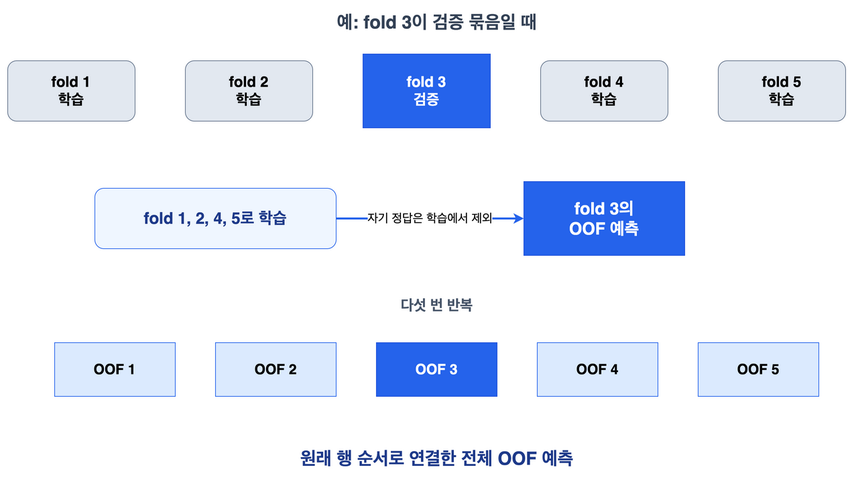
This is docs/presentation/assets/retrospective-oof-predictions.png from tmheo/predicting-smartphone-addiction, a draw.io export, as it was before one commit. Source tidied: cells renumbered, new cells last; positions are measured from the earlier drawing's top-left corner, leaving out a move shared by most shapes.
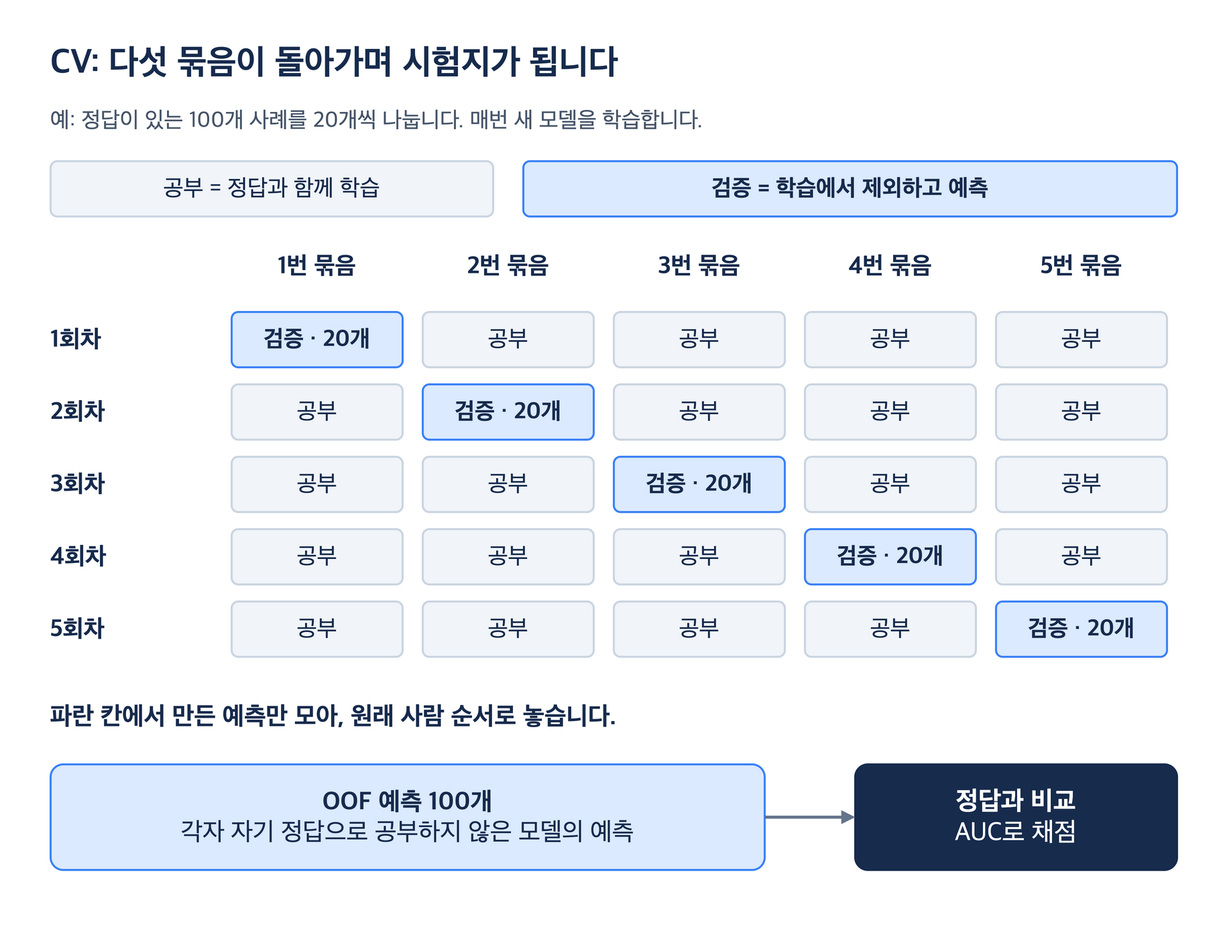
After the change.

Change to the diagram source:
```diff
@@ -1,54 +1,138 @@
-<mxGraphModel>
+<mxGraphModel background="#ffffff">
   <root>
     <mxCell id="0" />
     <mxCell id="1" parent="0" />
-    <mxCell id="2" value="예: fold 3이 검증 묶음일 때" style="text;html=1;fontStyle=1;fontSize=27;align=center;fontColor=#334155;" parent="1" vertex="1">
-      <mxGeometry x="350" width="580" height="50" as="geometry" />
+    <mxCell id="2" style="rounded=1;arcSize=12;whiteSpace=wrap;html=1;fontFamily=Apple SD Gothic Neo;fontSize=24;fontStyle=0;fontColor=#172b4d;fillColor=#ffffff;strokeColor=none;strokeWidth=2;spacing=12;" parent="1" vertex="1">
+      <mxGeometry x="-80" y="-30" width="1200" height="920" as="geometry" />
     </mxCell>
-    <mxCell id="3" value="fold 1&#10;학습" style="rounded=1;whiteSpace=wrap;html=1;fillColor=#e2e8f0;strokeColor=#64748b;fontStyle=1;fontSize=22;" parent="1" vertex="1">
-      <mxGeometry y="80" width="190" height="90" as="geometry" />
+    <mxCell id="3" value="CV: 다섯 묶음이 돌아가며 시험지가 됩니다" style="rounded=1;arcSize=12;whiteSpace=wrap;html=1;fontFamily=Apple SD Gothic Neo;fontSize=34;fontStyle=1;fontColor=#172b4d;fillColor=none;strokeColor=none;strokeWidth=2;spacing=12;align=left;spacing=0;" parent="1" vertex="1">
+      <mxGeometry x="-40" y="-5" width="1120" height="55" as="geometry" />
     </mxCell>
-    <mxCell id="4" value="fold 2&#10;학습" style="rounded=1;whiteSpace=wrap;html=1;fillColor=#e2e8f0;strokeColor=#64748b;fontStyle=1;fontSize=22;" parent="1" vertex="1">
-      <mxGeometry x="265" y="80" width="190" height="90" as="geometry" />
+    <mxCell id="4" value="예: 정답이 있는 100개 사례를 20개씩 나눕니다. 매번 새 모델을 학습합니다." style="rounded=1;arcSize=12;whiteSpace=wrap;html=1;fontFamily=Apple SD Gothic Neo;fontSize=22;fontStyle=0;fontColor=#475569;fillColor=none;strokeColor=none;strokeWidth=2;spacing=12;align=left;spacing=0;" parent="1" vertex="1">
+      <mxGeometry x="-40" y="55" width="1120" height="50" as="geometry" />
     </mxCell>
-    <mxCell id="5" value="fold 3&#10;검증" style="rounded=0;whiteSpace=wrap;html=1;fillColor=#2563eb;strokeColor=#1d4ed8;fontColor=#ffffff;fontStyle=1;fontSize=22;" parent="1" vertex="1">
-      <mxGeometry x="530" y="70" width="190" height="110" as="geometry" />
+    <mxCell id="5" value="공부 = 정답과 함께 학습" style="rounded=1;arcSize=12;whiteSpace=wrap;html=1;fontFamily=Apple SD Gothic Neo;fontSize=23;fontStyle=0;fontColor=#172b4d;fillColor=#f1f5f9;strokeColor=#cbd5e1;strokeWidth=2;spacing=12;" parent="1" vertex="1">
+      <mxGeometry x="-40" y="120" width="440" height="55" as="geometry" />
     </mxCell>
-    <mxCell id="6" value="fold 4&#10;학습" style="rounded=1;whiteSpace=wrap;html=1;fillColor=#e2e8f0;strokeColor=#64748b;fontStyle=1;fontSize=22;" parent="1" vertex="1">
-      <mxGeometry x="795" y="80" width="190" height="90" as="geometry" />
+    <mxCell id="6" value="검증 = 학습에서 제외하고 예측" style="rounded=1;arcSize=12;whiteSpace=wrap;html=1;fontFamily=Apple SD Gothic Neo;fontSize=23;fontStyle=1;fontColor=#172b4d;fillColor=#dbeafe;strokeColor=#3b82f6;strokeWidth=2;spacing=12;" parent="1" vertex="1">
+      <mxGeometry x="430" y="120" width="650" height="55" as="geometry" />
     </mxCell>
-    <mxCell id="7" value="fold 5&#10;학습" style="rounded=1;whiteSpace=wrap;html=1;fillColor=#e2e8f0;strokeColor=#64748b;fontStyle=1;fontSize=22;" parent="1" vertex="1">
-      <mxGeometry x="1060" y="80" width="190" height="90" as="geometry" />
+    <mxCell id="7" value="1번 묶음" style="rounded=1;arcSize=12;whiteSpace=wrap;html=1;fontFamily=Apple SD Gothic Neo;fontSize=24;fontStyle=1;fontColor=#172b4d;fillColor=none;strokeColor=none;strokeWidth=2;spacing=12;align=center;spacing=0;" parent="1" vertex="1">
+      <mxGeometry x="140" y="205" width="170" height="40" as="geometry" />
     </mxCell>
-    <mxCell id="8" value="fold 1, 2, 4, 5로 학습" style="rounded=1;whiteSpace=wrap;html=1;fillColor=#eff6ff;strokeColor=#2563eb;fontColor=#1e3a8a;fontStyle=1;fontSize=24;" parent="1" vertex="1">
-      <mxGeometry x="130" y="270" width="360" height="90" as="geometry" />
+    <mxCell id="8" value="2번 묶음" style="rounded=1;arcSize=12;whiteSpace=wrap;html=1;fontFamily=Apple SD Gothic Neo;fontSize=24;fontStyle=1;fontColor=#172b4d;fillColor=none;strokeColor=none;strokeWidth=2;spacing=12;align=center;spacing=0;" parent="1" vertex="1">
+      <mxGeometry x="330" y="205" width="170" height="40" as="geometry" />
     </mxCell>
-    <mxCell id="9" value="fold 3의&#10;OOF 예측" style="rounded=0;whiteSpace=wrap;html=1;fillColor=#2563eb;strokeColor=#1d4ed8;fontColor=#ffffff;fontStyle=1;fontSize=25;" parent="1" vertex="1">
-      <mxGeometry x="770" y="260" width="240" height="110" as="geometry" />
+    <mxCell id="9" value="3번 묶음" style="rounded=1;arcSize=12;whiteSpace=wrap;html=1;fontFamily=Apple SD Gothic Neo;fontSize=24;fontStyle=1;fontColor=#172b4d;fillColor=none;strokeColor=none;strokeWidth=2;spacing=12;align=center;spacing=0;" parent="1" vertex="1">
+      <mxGeometry x="520" y="205" width="170" height="40" as="geometry" />
     </mxCell>
-    <mxCell id="10" value="다섯 번 반복" style="text;html=1;fontStyle=1;fontSize=22;align=center;fontColor=#475569;" parent="1" vertex="1">
-      <mxGeometry x="470" y="425" width="340" height="45" as="geometry" />
+    <mxCell id="10" value="4번 묶음" style="rounded=1;arcSize=12;whiteSpace=wrap;html=1;fontFamily=Apple SD Gothic Neo;fontSize=24;fontStyle=1;fontColor=#172b4d;fillColor=none;strokeColor=none;strokeWidth=2;spacing=12;align=center;spacing=0;" parent="1" vertex="1">
+      <mxGeometry x="710" y="205" width="170" height="40" as="geometry" />
     </mxCell>
-    <mxCell id="11" value="OOF 1" style="rounded=0;whiteSpace=wrap;html=1;fillColor=#dbeafe;strokeColor=#2563eb;fontStyle=1;fontSize=21;" parent="1" vertex="1">
-      <mxGeometry x="70" y="500" width="180" height="80" as="geometry" />
+    <mxCell id="11" value="5번 묶음" style="rounded=1;arcSize=12;whiteSpace=wrap;html=1;fontFamily=Apple SD Gothic Neo;fontSize=24;fontStyle=1;fontColor=#172b4d;fillColor=none;strokeColor=none;strokeWidth=2;spacing=12;align=center;spacing=0;" parent="1" vertex="1">
+      <mxGeometry x="900" y="205" width="170" height="40" as="geometry" />
     </mxCell>
-    <mxCell id="12" value="OOF 2" style="rounded=0;whiteSpace=wrap;html=1;fillColor=#dbeafe;strokeColor=#2563eb;fontStyle=1;fontSize=21;" parent="1" vertex="1">
-      <mxGeometry x="310" y="500" width="180" height="80" as="geometry" />
+    <mxCell id="12" value="1회차" style="rounded=1;arcSize=12;whiteSpace=wrap;html=1;fontFamily=Apple SD Gothic Neo;fontSize=24;fontStyle=1;fontColor=#172b4d;fillColor=none;strokeColor=none;strokeWidth=2;spacing=12;align=left;spacing=0;" parent="1" vertex="1">
+      <mxGeometry x="-40" y="270" width="140" height="55" as="geometry" />
     </mxCell>
-    <mxCell id="13" value="OOF 3" style="rounded=0;whiteSpace=wrap;html=1;fillColor=#2563eb;strokeColor=#1d4ed8;fontColor=#ffffff;fontStyle=1;fontSize=21;" parent="1" vertex="1">
-      <mxGeometry x="550" y="500" width="180" height="80" as="geometry" />
+    <mxCell id="13" value="검증 · 20개" style="rounded=1;arcSize=12;whiteSpace=wrap;html=1;fontFamily=Apple SD Gothic Neo;fontSize=23;fontStyle=1;fontColor=#172b4d;fillColor=#dbeafe;strokeColor=#3b82f6;strokeWidth=2;spacing=12;" parent="1" vertex="1">
+      <mxGeometry x="140" y="270" width="170" height="55" as="geometry" />
     </mxCell>
-    <mxCell id="14" value="OOF 4" style="rounded=0;whiteSpace=wrap;html=1;fillColor=#dbeafe;strokeColor=#2563eb;fontStyle=1;fontSize=21;" parent="1" vertex="1">
-      <mxGeometry x="790" y="500" width="180" height="80" as="geometry" />
+    <mxCell id="14" value="공부" style="rounded=1;arcSize=12;whiteSpace=wrap;html=1;fontFamily=Apple SD Gothic Neo;fontSize=23;fontStyle=0;fontColor=#172b4d;fillColor=#f1f5f9;strokeColor=#cbd5e1;strokeWidth=2;spacing=12;" parent="1" vertex="1">
+      <mxGeometry x="330" y="270" width="170" height="55" as="geometry" />
     </mxCell>
-    <mxCell id="15" value="OOF 5" style="rounded=0;whiteSpace=wrap;html=1;fillColor=#dbeafe;strokeColor=#2563eb;fontStyle=1;fontSize=21;" parent="1" vertex="1">
-      <mxGeometry x="1030" y="500" width="180" height="80" as="geometry" />
+    <mxCell id="15" value="공부" style="rounded=1;arcSize=12;whiteSpace=wrap;html=1;fontFamily=Apple SD Gothic Neo;fontSize=23;fontStyle=0;fontColor=#172b4d;fillColor=#f1f5f9;strokeColor=#cbd5e1;strokeWidth=2;spacing=12;" parent="1" vertex="1">
+      <mxGeometry x="520" y="270" width="170" height="55" as="geometry" />
     </mxCell>
-    <mxCell id="16" value="원래 행 순서로 연결한 전체 OOF 예측" style="text;html=1;fontStyle=1;fontSize=27;align=center;fontColor=#1e3a8a;" parent="1" vertex="1">
-      <mxGeometry x="280" y="650" width="720" height="55" as="geometry" />
+    <mxCell id="16" value="공부" style="rounded=1;arcSize=12;whiteSpace=wrap;html=1;fontFamily=Apple SD Gothic Neo;fontSize=23;fontStyle=0;fontColor=#172b4d;fillColor=#f1f5f9;strokeColor=#cbd5e1;strokeWidth=2;spacing=12;" parent="1" vertex="1">
+      <mxGeometry x="710" y="270" width="170" height="55" as="geometry" />
     </mxCell>
-    <mxCell id="17" value="자기 정답은 학습에서 제외" style="edgeStyle=orthogonalEdgeStyle;rounded=1;html=1;endArrow=classic;strokeColor=#2563eb;strokeWidth=3;fontSize=18;" parent="1" edge="1" source="8" target="9">
-      <mxGeometry relative="1" as="geometry" />
-    </mxCell>
+    <mxCell id="18" value="공부" style="rounded=1;arcSize=12;whiteSpace=wrap;html=1;fontFamily=Apple SD Gothic Neo;fontSize=23;fontStyle=0;fontColor=#172b4d;fillColor=#f1f5f9;strokeColor=#cbd5e1;strokeWidth=2;spacing=12;" parent="1" vertex="1">
+      <mxGeometry x="900" y="270" width="170" height="55" as="geometry" />
+    </mxCell>
+    <mxCell id="19" value="2회차" style="rounded=1;arcSize=12;whiteSpace=wrap;html=1;fontFamily=Apple SD Gothic Neo;fontSize=24;fontStyle=1;fontColor=#172b4d;fillColor=none;strokeColor=none;strokeWidth=2;spacing=12;align=left;spacing=0;" parent="1" vertex="1">
+      <mxGeometry x="-40" y="342" width="140" height="55" as="geometry" />
+    </mxCell>
+    <mxCell id="20" value="공부" style="rounded=1;arcSize=12;whiteSpace=wrap;html=1;fontFamily=Apple SD Gothic Neo;fontSize=23;fontStyle=0;fontColor=#172b4d;fillColor=#f1f5f9;strokeColor=#cbd5e1;strokeWidth=2;spacing=12;" parent="1" vertex="1">
+      <mxGeometry x="140" y="342" width="170" height="55" as="geometry" />
+    </mxCell>
+    <mxCell id="21" value="검증 · 20개" style="rounded=1;arcSize=12;whiteSpace=wrap;html=1;fontFamily=Apple SD Gothic Neo;fontSize=23;fontStyle=1;fontColor=#172b4d;fillColor=#dbeafe;strokeColor=#3b82f6;strokeWidth=2;spacing=12;" parent="1" vertex="1">
+      <mxGeometry x="330" y="342" width="170" height="55" as="geometry" />
+    </mxCell>
+    <mxCell id="22" value="공부" style="rounded=1;arcSize=12;whiteSpace=wrap;html=1;fontFamily=Apple SD Gothic Neo;fontSize=23;fontStyle=0;fontColor=#172b4d;fillColor=#f1f5f9;strokeColor=#cbd5e1;strokeWidth=2;spacing=12;" parent="1" vertex="1">
+      <mxGeometry x="520" y="342" width="170" height="55" as="geometry" />
+    </mxCell>
+    <mxCell id="23" value="공부" style="rounded=1;arcSize=12;whiteSpace=wrap;html=1;fontFamily=Apple SD Gothic Neo;fontSize=23;fontStyle=0;fontColor=#172b4d;fillColor=#f1f5f9;strokeColor=#cbd5e1;strokeWidth=2;spacing=12;" parent="1" vertex="1">
+      <mxGeometry x="710" y="342" width="170" height="55" as="geometry" />
+    </mxCell>
+    <mxCell id="24" value="공부" style="rounded=1;arcSize=12;whiteSpace=wrap;html=1;fontFamily=Apple SD Gothic Neo;fontSize=23;fontStyle=0;fontColor=#172b4d;fillColor=#f1f5f9;strokeColor=#cbd5e1;strokeWidth=2;spacing=12;" parent="1" vertex="1">
+      <mxGeometry x="900" y="342" width="170" height="55" as="geometry" />
+    </mxCell>
+    <mxCell id="25" value="3회차" style="rounded=1;arcSize=12;whiteSpace=wrap;html=1;fontFamily=Apple SD Gothic Neo;fontSize=24;fontStyle=1;fontColor=#172b4d;fillColor=none;strokeColor=none;strokeWidth=2;spacing=12;align=left;spacing=0;" parent="1" vertex="1">
+      <mxGeometry x="-40" y="414" width="140" height="55" as="geometry" />
+    </mxCell>
+    <mxCell id="26" value="공부" style="rounded=1;arcSize=12;whiteSpace=wrap;html=1;fontFamily=Apple SD Gothic Neo;fontSize=23;fontStyle=0;fontColor=#172b4d;fillColor=#f1f5f9;strokeColor=#cbd5e1;strokeWidth=2;spacing=12;" parent="1" vertex="1">
+      <mxGeometry x="140" y="414" width="170" height="55" as="geometry" />
+    </mxCell>
+    <mxCell id="27" value="공부" style="rounded=1;arcSize=12;whiteSpace=wrap;html=1;fontFamily=Apple SD Gothic Neo;fontSize=23;fontStyle=0;fontColor=#172b4d;fillColor=#f1f5f9;strokeColor=#cbd5e1;strokeWidth=2;spacing=12;" parent="1" vertex="1">
+      <mxGeometry x="330" y="414" width="170" height="55" as="geometry" />
+    </mxCell>
+    <mxCell id="28" value="검증 · 20개" style="rounded=1;arcSize=12;whiteSpace=wrap;html=1;fontFamily=Apple SD Gothic Neo;fontSize=23;fontStyle=1;fontColor=#172b4d;fillColor=#dbeafe;strokeColor=#3b82f6;strokeWidth=2;spacing=12;" parent="1" vertex="1">
+      <mxGeometry x="520" y="414" width="170" height="55" as="geometry" />
+    </mxCell>
+    <mxCell id="29" value="공부" style="rounded=1;arcSize=12;whiteSpace=wrap;html=1;fontFamily=Apple SD Gothic Neo;fontSize=23;fontStyle=0;fontColor=#172b4d;fillColor=#f1f5f9;strokeColor=#cbd5e1;strokeWidth=2;spacing=12;" parent="1" vertex="1">
+      <mxGeometry x="710" y="414" width="170" height="55" as="geometry" />
+    </mxCell>
+    <mxCell id="30" value="공부" style="rounded=1;arcSize=12;whiteSpace=wrap;html=1;fontFamily=Apple SD Gothic Neo;fontSize=23;fontStyle=0;fontColor=#172b4d;fillColor=#f1f5f9;strokeColor=#cbd5e1;strokeWidth=2;spacing=12;" parent="1" vertex="1">
+      <mxGeometry x="900" y="414" width="170" height="55" as="geometry" />
+    </mxCell>
+    <mxCell id="31" value="4회차" style="rounded=1;arcSize=12;whiteSpace=wrap;html=1;fontFamily=Apple SD Gothic Neo;fontSize=24;fontStyle=1;fontColor=#172b4d;fillColor=none;strokeColor=none;strokeWidth=2;spacing=12;align=left;spacing=0;" parent="1" vertex="1">
+      <mxGeometry x="-40" y="486" width="140" height="55" as="geometry" />
+    </mxCell>
+    <mxCell id="32" value="공부" style="rounded=1;arcSize=12;whiteSpace=wrap;html=1;fontFamily=Apple SD Gothic Neo;fontSize=23;fontStyle=0;fontColor=#172b4d;fillColor=#f1f5f9;strokeColor=#cbd5e1;strokeWidth=2;spacing=12;" parent="1" vertex="1">
+      <mxGeometry x="140" y="486" width="170" height="55" as="geometry" />
+    </mxCell>
+    <mxCell id="33" value="공부" style="rounded=1;arcSize=12;whiteSpace=wrap;html=1;fontFamily=Apple SD Gothic Neo;fontSize=23;fontStyle=0;fontColor=#172b4d;fillColor=#f1f5f9;strokeColor=#cbd5e1;strokeWidth=2;spacing=12;" parent="1" vertex="1">
+      <mxGeometry x="330" y="486" width="170" height="55" as="geometry" />
+    </mxCell>
+    <mxCell id="34" value="공부" style="rounded=1;arcSize=12;whiteSpace=wrap;html=1;fontFamily=Apple SD Gothic Neo;fontSize=23;fontStyle=0;fontColor=#172b4d;fillColor=#f1f5f9;strokeColor=#cbd5e1;strokeWidth=2;spacing=12;" parent="1" vertex="1">
+      <mxGeometry x="520" y="486" width="170" height="55" as="geometry" />
+    </mxCell>
+    <mxCell id="35" value="검증 · 20개" style="rounded=1;arcSize=12;whiteSpace=wrap;html=1;fontFamily=Apple SD Gothic Neo;fontSize=23;fontStyle=1;fontColor=#172b4d;fillColor=#dbeafe;strokeColor=#3b82f6;strokeWidth=2;spacing=12;" parent="1" vertex="1">
+      <mxGeometry x="710" y="486" width="170" height="55" as="geometry" />
+    </mxCell>
+    <mxCell id="36" value="공부" style="rounded=1;arcSize=12;whiteSpace=wrap;html=1;fontFamily=Apple SD Gothic Neo;fontSize=23;fontStyle=0;fontColor=#172b4d;fillColor=#f1f5f9;strokeColor=#cbd5e1;strokeWidth=2;spacing=12;" parent="1" vertex="1">
+      <mxGeometry x="900" y="486" width="170" height="55" as="geometry" />
+    </mxCell>
+    <mxCell id="37" value="5회차" style="rounded=1;arcSize=12;whiteSpace=wrap;html=1;fontFamily=Apple SD Gothic Neo;fontSize=24;fontStyle=1;fontColor=#172b4d;fillColor=none;strokeColor=none;strokeWidth=2;spacing=12;align=left;spacing=0;" parent="1" vertex="1">
+      <mxGeometry x="-40" y="558" width="140" height="55" as="geometry" />
+    </mxCell>
+    <mxCell id="38" value="공부" style="rounded=1;arcSize=12;whiteSpace=wrap;html=1;fontFamily=Apple SD Gothic Neo;fontSize=23;fontStyle=0;fontColor=#172b4d;fillColor=#f1f5f9;strokeColor=#cbd5e1;strokeWidth=2;spacing=12;" parent="1" vertex="1">
+      <mxGeometry x="140" y="558" width="170" height="55" as="geometry" />
+    </mxCell>
+    <mxCell id="39" value="공부" style="rounded=1;arcSize=12;whiteSpace=wrap;html=1;fontFamily=Apple SD Gothic Neo;fontSize=23;fontStyle=0;fontColor=#172b4d;fillColor=#f1f5f9;strokeColor=#cbd5e1;strokeWidth=2;spacing=12;" parent="1" vertex="1">
+      <mxGeometry x="330" y="558" width="170" height="55" as="geometry" />
+    </mxCell>
+    <mxCell id="40" value="공부" style="rounded=1;arcSize=12;whiteSpace=wrap;html=1;fontFamily=Apple SD Gothic Neo;fontSize=23;fontStyle=0;fontColor=#172b4d;fillColor=#f1f5f9;strokeColor=#cbd5e1;strokeWidth=2;spacing=12;" parent="1" vertex="1">
+      <mxGeometry x="520" y="558" width="170" height="55" as="geometry" />
+    </mxCell>
+    <mxCell id="41" value="공부" style="rounded=1;arcSize=12;whiteSpace=wrap;html=1;fontFamily=Apple SD Gothic Neo;fontSize=23;fontStyle=0;fontColor=#172b4d;fillColor=#f1f5f9;strokeColor=#cbd5e1;strokeWidth=2;spacing=12;" parent="1" vertex="1">
+      <mxGeometry x="710" y="558" width="170" height="55" as="geometry" />
+    </mxCell>
+    <mxCell id="42" value="검증 · 20개" style="rounded=1;arcSize=12;whiteSpace=wrap;html=1;fontFamily=Apple SD Gothic Neo;fontSize=23;fontStyle=1;fontColor=#172b4d;fillColor=#dbeafe;strokeColor=#3b82f6;strokeWidth=2;spacing=12;" parent="1" vertex="1">
+      <mxGeometry x="900" y="558" width="170" height="55" as="geometry" />
+    </mxCell>
+    <mxCell id="43" value="파란 칸에서 만든 예측만 모아, 원래 사람 순서로 놓습니다." style="rounded=1;arcSize=12;whiteSpace=wrap;html=1;fontFamily=Apple SD Gothic Neo;fontSize=25;fontStyle=1;fontColor=#172b4d;fillColor=none;strokeColor=none;strokeWidth=2;spacing=12;align=left;spacing=0;" parent="1" vertex="1">
+      <mxGeometry x="-40" y="650" width="1120" height="45" as="geometry" />
+    </mxCell>
+    <mxCell id="44" value="&lt;b&gt;OOF 예측 100개&lt;/b&gt;&lt;br&gt;각자 자기 정답으로 공부하지 않은 모델의 예측" style="rounded=1;arcSize=12;whiteSpace=wrap;html=1;fontFamily=Apple SD Gothic Neo;fontSize=25;fontStyle=0;fontColor=#172b4d;fillColor=#dbeafe;strokeColor=#3b82f6;strokeWidth=2;spacing=12;" parent="1" vertex="1">
+      <mxGeometry x="-40" y="720" width="710" height="105" as="geometry" />
+    </mxCell>
+    <mxCell id="45" value="&lt;b&gt;정답과 비교&lt;/b&gt;&lt;br&gt;AUC로 채점" style="rounded=1;arcSize=12;whiteSpace=wrap;html=1;fontFamily=Apple SD Gothic Neo;fontSize=26;fontStyle=0;fontColor=#ffffff;fillColor=#172b4d;strokeColor=#172b4d;strokeWidth=2;spacing=12;" parent="1" vertex="1">
+      <mxGeometry x="760" y="720" width="320" height="105" as="geometry" />
+    </mxCell>
+    <mxCell id="46" style="edgeStyle=orthogonalEdgeStyle;rounded=1;html=1;endArrow=block;strokeColor=#64748b;strokeWidth=3;" parent="1" edge="1" source="44" target="45">
+      <mxGeometry relative="1" as="geometry" />
+    </mxCell>
   </root>
 </mxGraphModel>
```
